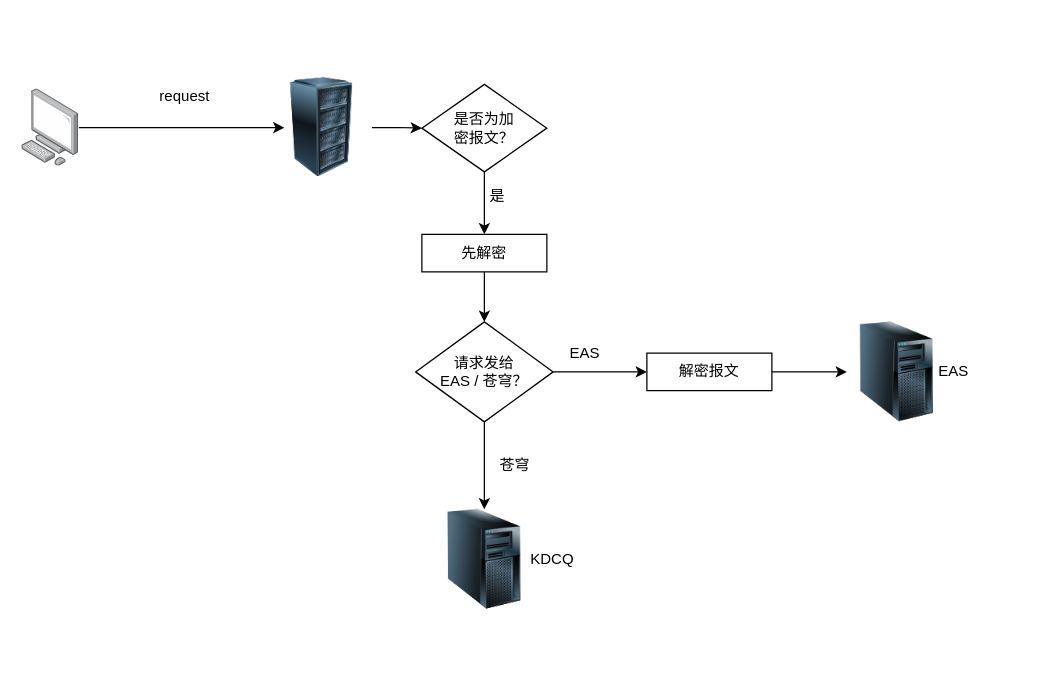
Before: kjyq.drawio in Alphathur/diagram, a draw.io diagram. Source tidied: cells renumbered, new cells numbered last; positions are measured from the earlier drawing's top-left corner, leaving out a move shared by most shapes. Both pictures are drawn from the tidied source at 125%, with x=0, y=0 at pixel (21, 78).
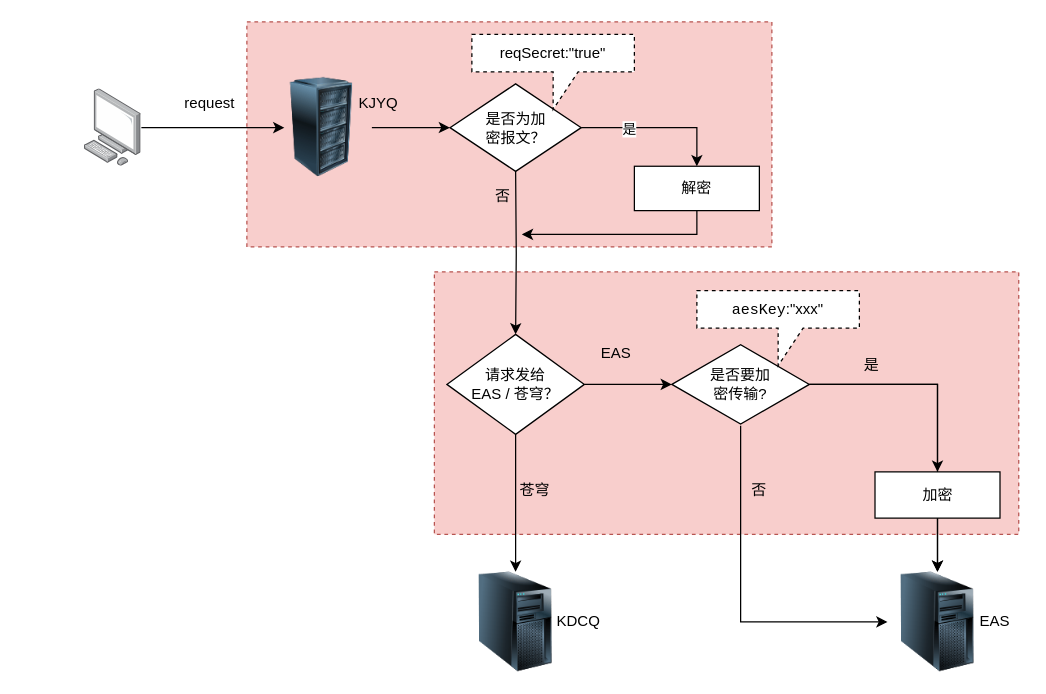
After the change.

The edit, as a diff of the source:
```diff
@@
+    <mxCell id="23" style="rounded=0;whiteSpace=wrap;html=1;dashed=1;fillColor=#f8cecc;strokeColor=#b85450;" parent="1" vertex="1">
+      <mxGeometry x="330" y="155" width="467.5" height="210" as="geometry" />
+    </mxCell>
+    <mxCell id="24" style="rounded=0;whiteSpace=wrap;html=1;dashed=1;fillColor=#f8cecc;strokeColor=#b85450;" parent="1" vertex="1">
+      <mxGeometry x="180" y="-45" width="420" height="180" as="geometry" />
+    </mxCell>
@@
     <mxCell id="3" style="points=[];html=1;align=center;shadow=0;dashed=0;image;image=img/lib/allied_telesis/computer_and_terminals/Personal_Computer.svg;" parent="1" vertex="1">
-      <mxGeometry y="8.7" width="45.6" height="61.8" as="geometry" />
+      <mxGeometry x="50" y="8.7" width="45.6" height="61.8" as="geometry" />
     </mxCell>
     <mxCell id="4" style="image;html=1;image=img/lib/clip_art/computers/Server_Tower_128x128.png;" parent="1" vertex="1">
-      <mxGeometry x="330" y="345" width="80" height="80" as="geometry" />
+      <mxGeometry x="355" y="395" width="80" height="80" as="geometry" />
     </mxCell>
     <mxCell id="5" style="image;html=1;image=img/lib/clip_art/computers/Server_Tower_128x128.png;" parent="1" vertex="1">
-      <mxGeometry x="660" y="195" width="80" height="80" as="geometry" />
+      <mxGeometry x="692.5" y="395" width="80" height="80" as="geometry" />
     </mxCell>
@@
     <mxCell id="8" value="KDCQ" style="text;html=1;align=center;verticalAlign=middle;strokeColor=none;fillColor=none;" parent="1" vertex="1">
-      <mxGeometry x="394" y="370" width="60" height="30" as="geometry" />
+      <mxGeometry x="415" y="420" width="60" height="30" as="geometry" />
     </mxCell>
     <mxCell id="9" value="EAS" style="text;html=1;align=center;verticalAlign=middle;strokeColor=none;fillColor=none;" parent="1" vertex="1">
-      <mxGeometry x="720" y="220" width="50" height="30" as="geometry" />
+      <mxGeometry x="752.5" y="420" width="50" height="30" as="geometry" />
     </mxCell>
     <mxCell id="10" value="request" style="text;html=1;align=center;verticalAlign=middle;strokeColor=none;fillColor=none;" parent="1" vertex="1">
-      <mxGeometry x="100" y="-0.5" width="60" height="30" as="geometry" />
+      <mxGeometry x="120" y="4.6" width="60" height="30" as="geometry" />
     </mxCell>
-    <mxCell id="11" style="edgeStyle=orthogonalEdgeStyle;rounded=0;jettySize=auto;html=1;" parent="1" edge="1" source="12">
-      <mxGeometry relative="1" as="geometry">
-        <mxPoint x="370" y="125" as="targetPoint" />
-      </mxGeometry>
-    </mxCell>
+    <mxCell id="25" style="edgeStyle=orthogonalEdgeStyle;rounded=0;jettySize=auto;html=1;entryX=0.5;entryY=0;entryDx=0;entryDy=0;" parent="1" edge="1" source="12" target="28">
+      <mxGeometry relative="1" as="geometry" />
+    </mxCell>
     <mxCell id="12" value="是否为加&lt;br&gt;密报文？" style="rhombus;whiteSpace=wrap;html=1;" parent="1" vertex="1">
-      <mxGeometry x="320" y="5" width="100" height="70" as="geometry" />
+      <mxGeometry x="342.5" y="4.6" width="105" height="70" as="geometry" />
     </mxCell>
-    <mxCell id="13" value="是" style="text;html=1;align=center;verticalAlign=middle;strokeColor=none;fillColor=none;" parent="1" vertex="1">
-      <mxGeometry x="360" y="79.6" width="40" height="30" as="geometry" />
-    </mxCell>
-    <mxCell id="14" style="edgeStyle=orthogonalEdgeStyle;rounded=0;jettySize=auto;html=1;" parent="1" edge="1" source="15">
+    <mxCell id="14" style="edgeStyle=orthogonalEdgeStyle;rounded=0;jettySize=auto;html=1;entryX=0.5;entryY=0;entryDx=0;entryDy=0;" parent="1" edge="1" target="18">
       <mxGeometry relative="1" as="geometry">
-        <mxPoint x="370" y="195" as="targetPoint" />
+        <mxPoint x="395" y="74.6" as="sourcePoint" />
       </mxGeometry>
     </mxCell>
-    <mxCell id="15" value="先解密" style="rounded=0;whiteSpace=wrap;html=1;" parent="1" vertex="1">
-      <mxGeometry x="320" y="125" width="100" height="30" as="geometry" />
-    </mxCell>
     <mxCell id="16" style="edgeStyle=orthogonalEdgeStyle;rounded=0;jettySize=auto;html=1;exitX=1;exitY=0.5;exitDx=0;exitDy=0;" parent="1" edge="1" source="18">
       <mxGeometry relative="1" as="geometry">
-        <mxPoint x="500" y="235" as="targetPoint" />
+        <mxPoint x="520" y="245" as="targetPoint" />
       </mxGeometry>
     </mxCell>
-    <mxCell id="17" style="edgeStyle=orthogonalEdgeStyle;rounded=0;jettySize=auto;html=1;entryX=0.5;entryY=0;entryDx=0;entryDy=0;" parent="1" edge="1" source="18" target="4">
+    <mxCell id="17" style="edgeStyle=orthogonalEdgeStyle;rounded=0;jettySize=auto;html=1;fontColor=#000000;" parent="1" edge="1" source="18" target="4">
       <mxGeometry relative="1" as="geometry" />
     </mxCell>
     <mxCell id="18" value="请求发给&lt;br&gt;EAS / 苍穹？" style="rhombus;whiteSpace=wrap;html=1;" parent="1" vertex="1">
-      <mxGeometry x="315" y="195" width="110" height="80" as="geometry" />
+      <mxGeometry x="340" y="205" width="110" height="80" as="geometry" />
     </mxCell>
     <mxCell id="19" value="EAS" style="text;html=1;align=center;verticalAlign=middle;strokeColor=none;fillColor=none;" parent="1" vertex="1">
-      <mxGeometry x="425" y="205" width="50" height="30" as="geometry" />
+      <mxGeometry x="450" y="205" width="50" height="30" as="geometry" />
     </mxCell>
-    <mxCell id="20" style="edgeStyle=orthogonalEdgeStyle;rounded=0;jettySize=auto;html=1;" parent="1" edge="1" source="21" target="5">
-      <mxGeometry relative="1" as="geometry" />
-    </mxCell>
-    <mxCell id="21" value="解密报文" style="rounded=0;whiteSpace=wrap;html=1;" parent="1" vertex="1">
-      <mxGeometry x="500" y="220" width="100" height="30" as="geometry" />
-    </mxCell>
     <mxCell id="22" value="苍穹" style="text;html=1;align=center;verticalAlign=middle;strokeColor=none;fillColor=none;" parent="1" vertex="1">
-      <mxGeometry x="369" y="295" width="50" height="30" as="geometry" />
+      <mxGeometry x="385" y="315" width="50" height="30" as="geometry" />
     </mxCell>
+    <mxCell id="26" value="是" style="edgeLabel;html=1;align=center;verticalAlign=middle;" parent="1" vertex="1">
+      <mxGeometry x="580" y="-25" as="geometry">
+        <mxPoint x="-95" y="65" as="offset" />
+      </mxGeometry>
+    </mxCell>
+    <mxCell id="27" style="edgeStyle=orthogonalEdgeStyle;rounded=0;jettySize=auto;html=1;" parent="1" edge="1" source="28">
+      <mxGeometry relative="1" as="geometry">
+        <mxPoint x="400" y="125" as="targetPoint" />
+        <Array as="points">
+          <mxPoint x="540" y="125" />
+        </Array>
+      </mxGeometry>
+    </mxCell>
+    <mxCell id="28" value="解密" style="rounded=0;whiteSpace=wrap;html=1;" parent="1" vertex="1">
+      <mxGeometry x="490" y="70.5" width="100" height="35.5" as="geometry" />
+    </mxCell>
+    <mxCell id="29" value="否" style="text;html=1;strokeColor=none;fillColor=none;align=center;verticalAlign=middle;whiteSpace=wrap;rounded=0;" parent="1" vertex="1">
+      <mxGeometry x="355" y="79.6" width="60" height="30" as="geometry" />
+    </mxCell>
+    <mxCell id="30" value="KJYQ" style="text;html=1;align=center;verticalAlign=middle;strokeColor=none;fillColor=none;" parent="1" vertex="1">
+      <mxGeometry x="260" y="4.6" width="50" height="30" as="geometry" />
+    </mxCell>
+    <mxCell id="31" value="reqSecret:&quot;true&quot;" style="shape=callout;whiteSpace=wrap;html=1;perimeter=calloutPerimeter;dashed=1;" parent="1" vertex="1">
+      <mxGeometry x="360" y="-35" width="130" height="60" as="geometry" />
+    </mxCell>
+    <mxCell id="32" style="edgeStyle=orthogonalEdgeStyle;rounded=0;jettySize=auto;html=1;entryX=0.5;entryY=0;entryDx=0;entryDy=0;fontColor=#000000;" parent="1" edge="1" source="35" target="38">
+      <mxGeometry relative="1" as="geometry" />
+    </mxCell>
+    <mxCell id="33" style="edgeStyle=orthogonalEdgeStyle;rounded=0;jettySize=auto;html=1;fontColor=#000000;" parent="1" edge="1" source="35" target="5">
+      <mxGeometry relative="1" as="geometry" />
+    </mxCell>
+    <mxCell id="34" style="edgeStyle=orthogonalEdgeStyle;rounded=0;jettySize=auto;html=1;fontColor=#000000;" parent="1" edge="1" source="35" target="5">
+      <mxGeometry relative="1" as="geometry">
+        <Array as="points">
+          <mxPoint x="575" y="435" />
+        </Array>
+      </mxGeometry>
+    </mxCell>
+    <mxCell id="35" value="是否要加&lt;br&gt;密传输?" style="html=1;whiteSpace=wrap;shape=isoRectangle;" parent="1" vertex="1">
+      <mxGeometry x="520" y="212" width="110" height="66" as="geometry" />
+    </mxCell>
+    <mxCell id="36" value="&lt;span style=&quot;background-color: rgb(255, 255, 255); font-family: Consolas, courier;&quot;&gt;aesKey&lt;/span&gt;:&quot;xxx&quot;" style="shape=callout;whiteSpace=wrap;html=1;perimeter=calloutPerimeter;dashed=1;fontColor=#000000;" parent="1" vertex="1">
+      <mxGeometry x="540" y="170" width="130" height="60" as="geometry" />
+    </mxCell>
+    <mxCell id="37" style="edgeStyle=orthogonalEdgeStyle;rounded=0;jettySize=auto;html=1;fontColor=#000000;" parent="1" edge="1" source="38" target="5">
+      <mxGeometry relative="1" as="geometry" />
+    </mxCell>
+    <mxCell id="38" value="加密" style="rounded=0;whiteSpace=wrap;html=1;" parent="1" vertex="1">
+      <mxGeometry x="682.5" y="315" width="100" height="37" as="geometry" />
+    </mxCell>
+    <mxCell id="39" value="是" style="text;html=1;strokeColor=none;fillColor=none;align=center;verticalAlign=middle;whiteSpace=wrap;rounded=0;fontColor=#000000;" parent="1" vertex="1">
+      <mxGeometry x="650" y="215" width="60" height="30" as="geometry" />
+    </mxCell>
+    <mxCell id="40" value="否" style="text;html=1;strokeColor=none;fillColor=none;align=center;verticalAlign=middle;whiteSpace=wrap;rounded=0;fontColor=#000000;" parent="1" vertex="1">
+      <mxGeometry x="560" y="315" width="60" height="30" as="geometry" />
+    </mxCell>
```
